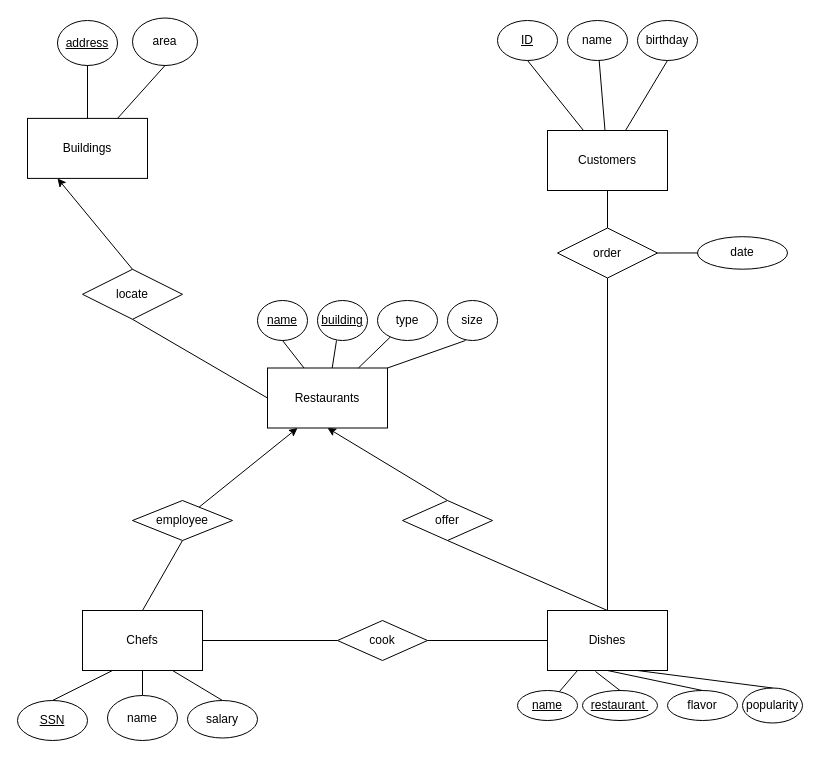
Earlier version of the draw.io diagram Untitled Diagram.drawio (ziqiy2/MONI). Source tidied: cells renumbered, new cells numbered last; positions are measured from the earlier drawing's top-left corner, leaving out a move shared by most shapes. Both pictures are drawn from the tidied source at 100%, with x=0, y=0 at pixel (17, 18).
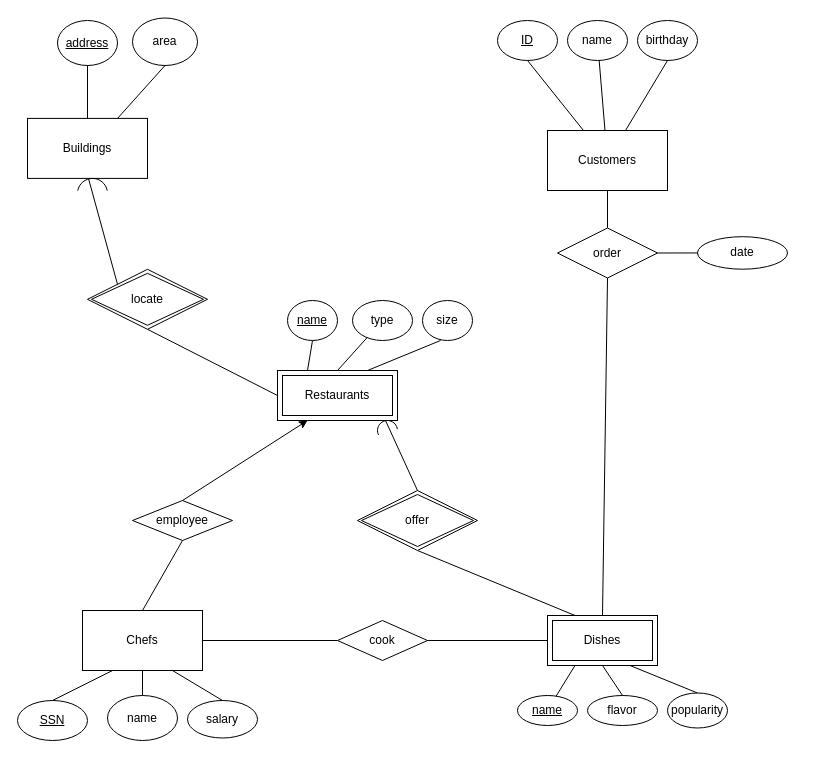
The same diagram, later.

The change refers to these unchanged cells:
```xml
<mxCell id="6" value="Buildings" style="rounded=0;whiteSpace=wrap;html=1;" parent="1" vertex="1">
  <mxGeometry x="10" y="99.9" width="120" height="60" as="geometry" />
</mxCell>
<mxCell id="50" value="employee" style="rhombus;whiteSpace=wrap;html=1;rotation=0;" parent="1" vertex="1">
  <mxGeometry x="115" y="482" width="100" height="40" as="geometry" />
</mxCell>
```

What changed in the source:
```diff
@@
-    <mxCell id="3" value="Restaurants" style="rounded=0;whiteSpace=wrap;html=1;" parent="1" vertex="1">
-      <mxGeometry x="250" y="349.5" width="120" height="60" as="geometry" />
-    </mxCell>
-    <mxCell id="4" value="Dishes" style="rounded=0;whiteSpace=wrap;html=1;" parent="1" vertex="1">
-      <mxGeometry x="530" y="592" width="120" height="60" as="geometry" />
-    </mxCell>
@@
     <mxCell id="13" value="&lt;u&gt;name&lt;/u&gt;" style="ellipse;whiteSpace=wrap;html=1;" parent="1" vertex="1">
-      <mxGeometry x="240" y="282" width="50" height="40" as="geometry" />
+      <mxGeometry x="270" y="282" width="50" height="40" as="geometry" />
     </mxCell>
-    <mxCell id="14" value="&lt;u&gt;building&lt;/u&gt;" style="ellipse;whiteSpace=wrap;html=1;" parent="1" vertex="1">
-      <mxGeometry x="300" y="282" width="50" height="40" as="geometry" />
-    </mxCell>
     <mxCell id="15" value="type" style="ellipse;whiteSpace=wrap;html=1;" parent="1" vertex="1">
-      <mxGeometry x="360" y="282" width="60" height="40" as="geometry" />
+      <mxGeometry x="335" y="282" width="60" height="40" as="geometry" />
     </mxCell>
     <mxCell id="16" value="size" style="ellipse;whiteSpace=wrap;html=1;" parent="1" vertex="1">
-      <mxGeometry x="430" y="282" width="50" height="40" as="geometry" />
+      <mxGeometry x="405" y="282" width="50" height="40" as="geometry" />
     </mxCell>
-    <mxCell id="17" style="endArrow=none;html=1;rounded=0;entryX=0.36;entryY=1;entryDx=0;entryDy=0;entryPerimeter=0;exitX=1;exitY=0;exitDx=0;exitDy=0;" parent="1" edge="1" source="3" target="16">
+    <mxCell id="17" style="endArrow=none;html=1;rounded=0;entryX=0.36;entryY=1;entryDx=0;entryDy=0;entryPerimeter=0;exitX=0.75;exitY=0;exitDx=0;exitDy=0;" parent="1" edge="1" source="3" target="16">
       <mxGeometry relative="1" as="geometry" />
     </mxCell>
-    <mxCell id="18" style="endArrow=none;html=1;rounded=0;" parent="1" edge="1" source="3" target="15">
+    <mxCell id="18" style="endArrow=none;html=1;rounded=0;exitX=0.5;exitY=0;exitDx=0;exitDy=0;" parent="1" edge="1" source="3" target="15">
       <mxGeometry relative="1" as="geometry" />
     </mxCell>
-    <mxCell id="19" style="endArrow=none;html=1;rounded=0;entryX=0.38;entryY=1;entryDx=0;entryDy=0;entryPerimeter=0;" parent="1" edge="1" source="3" target="14">
-      <mxGeometry relative="1" as="geometry" />
-    </mxCell>
-    <mxCell id="20" style="endArrow=none;html=1;rounded=0;entryX=0.5;entryY=1;entryDx=0;entryDy=0;" parent="1" edge="1" source="3" target="13">
+    <mxCell id="20" style="endArrow=none;html=1;rounded=0;entryX=0.5;entryY=1;entryDx=0;entryDy=0;exitX=0.25;exitY=0;exitDx=0;exitDy=0;" parent="1" edge="1" source="3" target="13">
       <mxGeometry relative="1" as="geometry" />
     </mxCell>
@@
     <mxCell id="22" value="popularity" style="ellipse;whiteSpace=wrap;html=1;" parent="1" vertex="1">
-      <mxGeometry x="725" y="669.5" width="60" height="35" as="geometry" />
+      <mxGeometry x="650" y="674.5" width="60" height="35" as="geometry" />
     </mxCell>
     <mxCell id="23" value="&lt;u&gt;name&lt;/u&gt;" style="ellipse;whiteSpace=wrap;html=1;" parent="1" vertex="1">
-      <mxGeometry x="500" y="672" width="60" height="30" as="geometry" />
+      <mxGeometry x="500" y="677" width="60" height="30" as="geometry" />
     </mxCell>
-    <mxCell id="24" value="&lt;u&gt;restaurant&amp;nbsp;&lt;/u&gt;" style="ellipse;whiteSpace=wrap;html=1;" parent="1" vertex="1">
-      <mxGeometry x="565" y="672" width="75" height="30" as="geometry" />
-    </mxCell>
     <mxCell id="25" value="flavor" style="ellipse;whiteSpace=wrap;html=1;" parent="1" vertex="1">
-      <mxGeometry x="650" y="672" width="70" height="30" as="geometry" />
+      <mxGeometry x="570" y="677" width="70" height="30" as="geometry" />
     </mxCell>
@@
-    <mxCell id="31" style="endArrow=none;html=1;rounded=0;exitX=0.5;exitY=0;exitDx=0;exitDy=0;entryX=0.4;entryY=1.017;entryDx=0;entryDy=0;entryPerimeter=0;" parent="1" edge="1" source="24" target="4">
-      <mxGeometry relative="1" as="geometry" />
-    </mxCell>
@@
-    <mxCell id="47" value="offer" style="rhombus;whiteSpace=wrap;html=1;rotation=0;" parent="1" vertex="1">
-      <mxGeometry x="385" y="482" width="90" height="40" as="geometry" />
-    </mxCell>
-    <mxCell id="48" style="endArrow=classic;html=1;rounded=0;exitX=0.5;exitY=0;exitDx=0;exitDy=0;entryX=0.5;entryY=1;entryDx=0;entryDy=0;" parent="1" edge="1" source="47" target="3">
-      <mxGeometry relative="1" as="geometry" />
-    </mxCell>
-    <mxCell id="49" style="endArrow=none;html=1;rounded=0;entryX=0.5;entryY=1;entryDx=0;entryDy=0;exitX=0.5;exitY=0;exitDx=0;exitDy=0;" parent="1" edge="1" source="4" target="47">
+    <mxCell id="49" style="endArrow=none;html=1;rounded=0;entryX=0.5;entryY=1;entryDx=0;entryDy=0;exitX=0.25;exitY=0;exitDx=0;exitDy=0;" parent="1" edge="1" source="4" target="47">
       <mxGeometry relative="1" as="geometry" />
     </mxCell>
@@
-    <mxCell id="52" style="endArrow=classic;html=1;rounded=0;entryX=0.25;entryY=1;entryDx=0;entryDy=0;" parent="1" edge="1" source="50" target="3">
+    <mxCell id="52" style="endArrow=classic;html=1;rounded=0;entryX=0.25;entryY=1;entryDx=0;entryDy=0;exitX=0.5;exitY=0;exitDx=0;exitDy=0;" parent="1" edge="1" source="50" target="3">
       <mxGeometry relative="1" as="geometry" />
     </mxCell>
+    <mxCell id="54" style="endArrow=none;html=1;rounded=0;entryX=0.5;entryY=1;entryDx=0;entryDy=0;exitX=0;exitY=0.5;exitDx=0;exitDy=0;" parent="1" edge="1" source="3" target="53">
+      <mxGeometry relative="1" as="geometry" />
+    </mxCell>
-    <mxCell id="53" value="locate" style="rhombus;whiteSpace=wrap;html=1;rotation=0;" parent="1" vertex="1">
-      <mxGeometry x="65" y="250.8" width="100" height="50" as="geometry" />
+    <mxCell id="53" value="locate" style="shape=rhombus;double=1;perimeter=rhombusPerimeter;whiteSpace=wrap;html=1;align=center;" parent="1" vertex="1">
+      <mxGeometry x="70" y="250.8" width="120" height="60" as="geometry" />
     </mxCell>
-    <mxCell id="54" style="endArrow=none;html=1;rounded=0;entryX=0.5;entryY=1;entryDx=0;entryDy=0;exitX=0;exitY=0.5;exitDx=0;exitDy=0;" parent="1" edge="1" source="3" target="53">
-      <mxGeometry relative="1" as="geometry" />
-    </mxCell>
-    <mxCell id="55" style="endArrow=classic;html=1;rounded=0;exitX=0.5;exitY=0;exitDx=0;exitDy=0;entryX=0.25;entryY=1;entryDx=0;entryDy=0;" parent="1" edge="1" source="53" target="6">
-      <mxGeometry relative="1" as="geometry" />
-    </mxCell>
+    <mxCell id="3" value="Restaurants" style="shape=ext;margin=3;double=1;whiteSpace=wrap;html=1;align=center;" parent="1" vertex="1">
+      <mxGeometry x="260" y="352" width="120" height="50" as="geometry" />
+    </mxCell>
+    <mxCell id="4" value="Dishes" style="shape=ext;margin=3;double=1;whiteSpace=wrap;html=1;align=center;" parent="1" vertex="1">
+      <mxGeometry x="530" y="597" width="110" height="50" as="geometry" />
+    </mxCell>
+    <mxCell id="47" value="offer" style="shape=rhombus;double=1;perimeter=rhombusPerimeter;whiteSpace=wrap;html=1;align=center;" parent="1" vertex="1">
+      <mxGeometry x="340" y="472" width="120" height="60" as="geometry" />
+    </mxCell>
+    <mxCell id="56" style="verticalLabelPosition=bottom;verticalAlign=top;html=1;shape=mxgraph.basic.arc;startAngle=0.6762081911747834;endAngle=0.22741638234956674;" parent="1" vertex="1">
+      <mxGeometry x="360" y="402" width="20" height="20" as="geometry" />
+    </mxCell>
+    <mxCell id="57" style="endArrow=none;html=1;rounded=0;entryX=0.4;entryY=0;entryDx=0;entryDy=0;exitX=0.5;exitY=0;exitDx=0;exitDy=0;entryPerimeter=0;" parent="1" edge="1" source="47" target="56">
+      <mxGeometry relative="1" as="geometry" />
+    </mxCell>
+    <mxCell id="58" style="endArrow=none;html=1;rounded=0;entryX=0;entryY=0;entryDx=0;entryDy=0;exitX=0.367;exitY=0.005;exitDx=0;exitDy=0;exitPerimeter=0;" parent="1" edge="1" source="59" target="53">
+      <mxGeometry relative="1" as="geometry" />
+    </mxCell>
+    <mxCell id="59" style="verticalLabelPosition=bottom;verticalAlign=top;html=1;shape=mxgraph.basic.arc;startAngle=0.7798832419121944;endAngle=0.22011675808780556;" parent="1" vertex="1">
+      <mxGeometry x="60" y="159.9" width="30" height="30" as="geometry" />
+    </mxCell>
```
